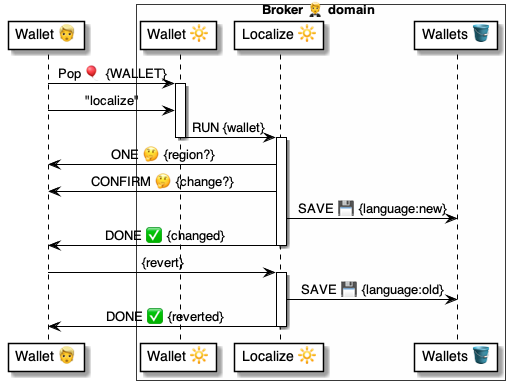
Earlier version of the PlantUML export 4 ⚙️ Solution/20 🧑‍🦰 UI/Brokers 🤵/🤵😃 Broker talkers/PopWallet 🧑‍🦰 talker/Wallet » Localize/🤵 PopWalletLocalize ⚙️ uml.png (pollyweb-org/pollyweb-docs). Its source is kept beside it as 4 ⚙️ Solution/20 🧑‍🦰 UI/Brokers 🤵/🤵😃 Broker talkers/PopWallet 🧑‍🦰 talker/Wallet » Localize/🤵 PopWalletLocalize ⚙️ uml.puml.
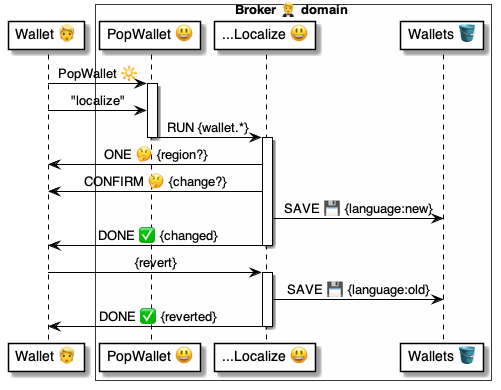
The same diagram one commit later.

Diff of the diagram source:
```diff
@@ -2,17 +2,17 @@
 
 participant "Wallet 👱" as wallet
 box Broker 🤵 domain #FFFFFA
-    participant "Wallet 🔆" as onWallet
-    participant "Localize 🔆" as onLocalized
+    participant "PopWallet 😃" as onWallet
+    participant "...Localize 😃" as onLocalized
     participant "Wallets 🪣" as walletsTable
 end box
 
 
-wallet -> onWallet: Pop 🎈 {WALLET}
+wallet -> onWallet: PopWallet 🔆
 
 activate onWallet
     wallet -> onWallet: "localize"
-    onWallet -> onLocalized: RUN {wallet}
+    onWallet -> onLocalized: RUN {wallet.*}
 deactivate onWallet
 
 activate onLocalized
```
